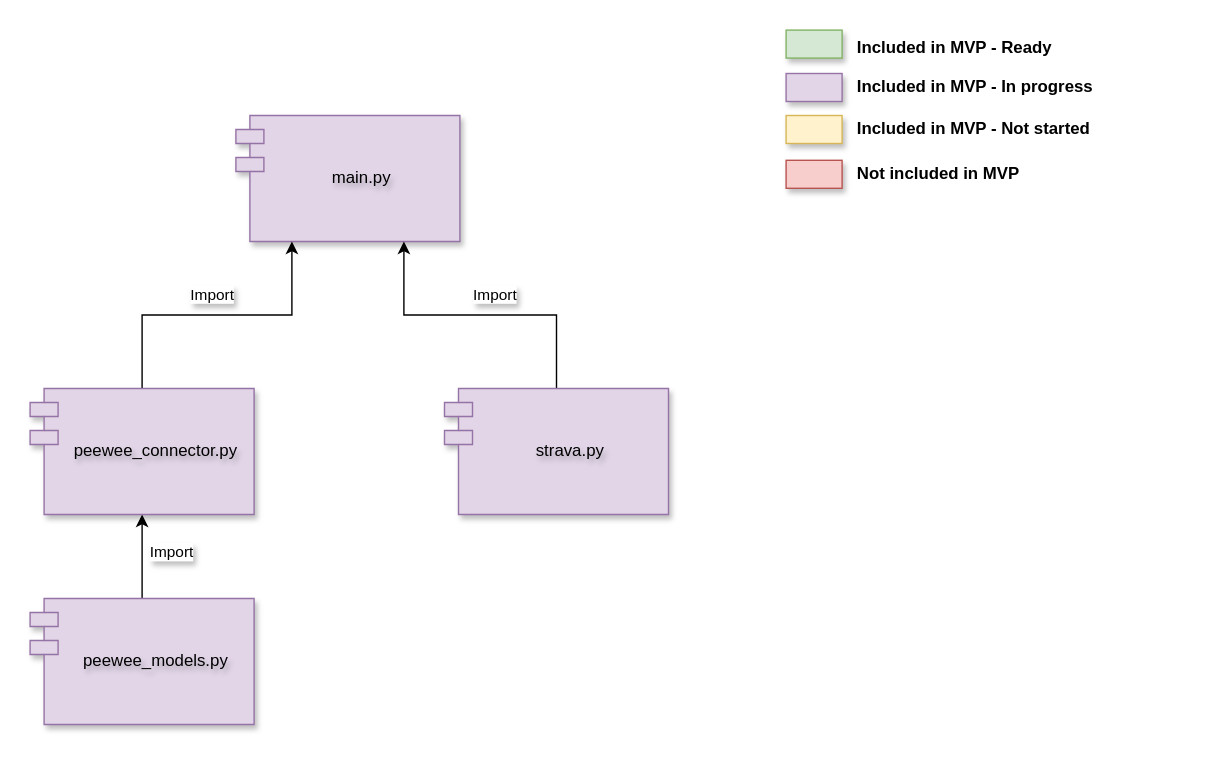
This is page "Modules" (2 of 6) of docs/all_diagrams.drawio from xivind/velo-supervisor-2000, a draw.io file, before an edit. Source tidied: cells renumbered, new cells numbered last; positions are measured from the earlier drawing's top-left corner, leaving out a move shared by most shapes. Both pictures are drawn from the tidied source at 140%, with x=0, y=0 at pixel (29, 27).
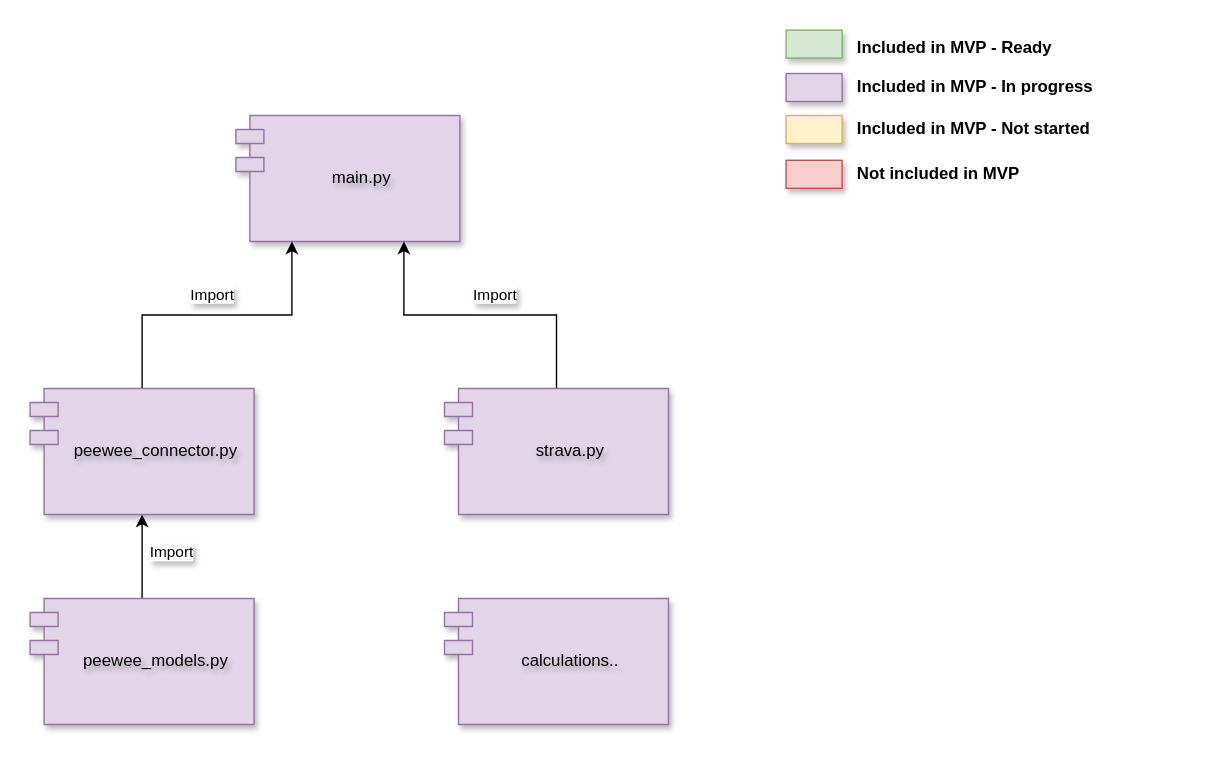
After the change.

Diff of the diagram source:
```diff
@@
+    <mxCell id="21" value="calculations.." style="shape=module;align=left;spacingLeft=20;align=center;verticalAlign=middle;whiteSpace=wrap;html=1;fillColor=#e1d5e7;strokeColor=#9673a6;textShadow=1;shadow=1;" parent="1" vertex="1">
+      <mxGeometry x="296" y="408" width="160" height="90" as="geometry" />
+    </mxCell>
```
